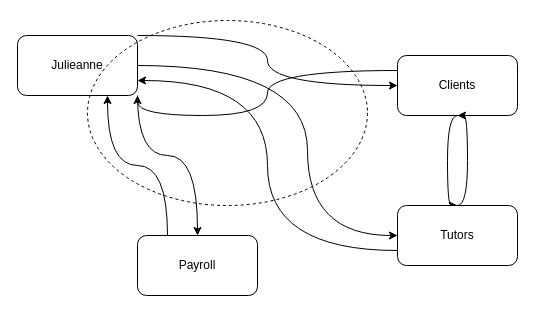
Read-Jake/Read-Jake keeps this draw.io diagram as Stakeholder map.drawio. Above is the earlier version. Source tidied: cells renumbered, new cells numbered last; positions are measured from the earlier drawing's top-left corner, leaving out a move shared by most shapes. Both pictures are drawn from the tidied source at 100%, with x=0, y=0 at pixel (17, 20).
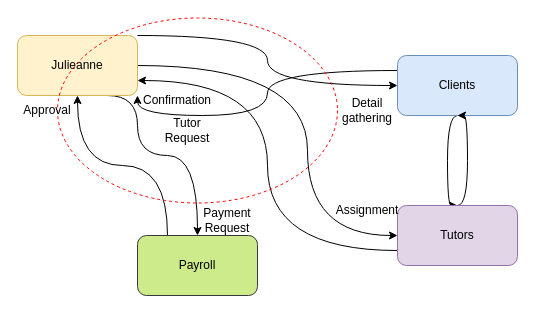
Above is the later version.

The edit, as a diff of the source:
```diff
@@
-    <mxCell id="3" style="edgeStyle=orthogonalEdgeStyle;rounded=0;jettySize=auto;html=1;exitX=1;exitY=1;exitDx=0;exitDy=0;entryX=0.5;entryY=0;entryDx=0;entryDy=0;curved=1;" parent="1" edge="1" source="5" target="13">
+    <mxCell id="3" style="edgeStyle=orthogonalEdgeStyle;rounded=0;jettySize=auto;html=1;exitX=0.75;exitY=1;exitDx=0;exitDy=0;entryX=0.5;entryY=0;entryDx=0;entryDy=0;curved=1;" parent="1" edge="1" source="5" target="13">
       <mxGeometry relative="1" as="geometry">
         <Array as="points">
+          <mxPoint x="120" y="75" />
           <mxPoint x="120" y="135" />
           <mxPoint x="180" y="135" />
         </Array>
       </mxGeometry>
     </mxCell>
@@
-    <mxCell id="5" value="Julieanne" style="rounded=1;whiteSpace=wrap;html=1;" parent="1" vertex="1">
+    <mxCell id="5" value="Julieanne" style="rounded=1;whiteSpace=wrap;html=1;fillColor=#fff2cc;strokeColor=#d6b656;" parent="1" vertex="1">
       <mxGeometry y="15" width="120" height="60" as="geometry" />
     </mxCell>
@@
-    <mxCell id="8" value="Clients" style="rounded=1;whiteSpace=wrap;html=1;" parent="1" vertex="1">
+    <mxCell id="8" value="Clients" style="rounded=1;whiteSpace=wrap;html=1;fillColor=#dae8fc;strokeColor=#6c8ebf;" parent="1" vertex="1">
       <mxGeometry x="380" y="35" width="120" height="60" as="geometry" />
     </mxCell>
@@
-    <mxCell id="11" value="Tutors" style="rounded=1;whiteSpace=wrap;html=1;" parent="1" vertex="1">
+    <mxCell id="11" value="Tutors" style="rounded=1;whiteSpace=wrap;html=1;fillColor=#e1d5e7;strokeColor=#9673a6;" parent="1" vertex="1">
       <mxGeometry x="380" y="185" width="120" height="60" as="geometry" />
     </mxCell>
-    <mxCell id="12" style="edgeStyle=orthogonalEdgeStyle;curved=1;rounded=0;jettySize=auto;html=1;exitX=0.25;exitY=0;exitDx=0;exitDy=0;entryX=0.75;entryY=1;entryDx=0;entryDy=0;" parent="1" edge="1" source="13" target="5">
+    <mxCell id="12" style="edgeStyle=orthogonalEdgeStyle;curved=1;rounded=0;jettySize=auto;html=1;exitX=0.25;exitY=0;exitDx=0;exitDy=0;entryX=0.5;entryY=1;entryDx=0;entryDy=0;" parent="1" edge="1" source="13" target="5">
       <mxGeometry relative="1" as="geometry" />
     </mxCell>
-    <mxCell id="13" value="Payroll" style="rounded=1;whiteSpace=wrap;html=1;" parent="1" vertex="1">
+    <mxCell id="13" value="Payroll" style="rounded=1;whiteSpace=wrap;html=1;fillColor=#cdeb8b;strokeColor=#36393d;" parent="1" vertex="1">
       <mxGeometry x="120" y="215" width="120" height="60" as="geometry" />
     </mxCell>
-    <mxCell id="14" style="ellipse;whiteSpace=wrap;html=1;dashed=1;shadow=0;fillColor=none;" parent="1" vertex="1">
-      <mxGeometry x="70" width="280" height="185" as="geometry" />
+    <mxCell id="14" style="ellipse;whiteSpace=wrap;html=1;dashed=1;shadow=0;fillColor=none;strokeColor=#FF0000;" parent="1" vertex="1">
+      <mxGeometry x="40" y="-2.5" width="280" height="185" as="geometry" />
     </mxCell>
+    <mxCell id="15" value="Approval" style="text;html=1;strokeColor=none;fillColor=none;align=center;verticalAlign=middle;whiteSpace=wrap;rounded=0;shadow=0;dashed=1;" parent="1" vertex="1">
+      <mxGeometry y="75" width="60" height="30" as="geometry" />
+    </mxCell>
+    <mxCell id="16" value="Payment Request" style="text;html=1;strokeColor=none;fillColor=none;align=center;verticalAlign=middle;whiteSpace=wrap;rounded=0;shadow=0;dashed=1;" parent="1" vertex="1">
+      <mxGeometry x="180" y="185" width="60" height="30" as="geometry" />
+    </mxCell>
+    <mxCell id="17" value="Detail gathering" style="text;html=1;strokeColor=none;fillColor=none;align=center;verticalAlign=middle;whiteSpace=wrap;rounded=0;shadow=0;dashed=1;" parent="1" vertex="1">
+      <mxGeometry x="320" y="75" width="60" height="30" as="geometry" />
+    </mxCell>
+    <mxCell id="18" value="Assignment" style="text;html=1;strokeColor=none;fillColor=none;align=center;verticalAlign=middle;whiteSpace=wrap;rounded=0;shadow=0;dashed=1;" parent="1" vertex="1">
+      <mxGeometry x="320" y="175" width="60" height="30" as="geometry" />
+    </mxCell>
+    <mxCell id="19" value="Confirmation" style="text;html=1;strokeColor=none;fillColor=none;align=center;verticalAlign=middle;whiteSpace=wrap;rounded=0;shadow=0;dashed=1;" parent="1" vertex="1">
+      <mxGeometry x="130" y="65" width="60" height="30" as="geometry" />
+    </mxCell>
+    <mxCell id="20" value="Tutor Request" style="text;html=1;strokeColor=none;fillColor=none;align=center;verticalAlign=middle;whiteSpace=wrap;rounded=0;shadow=0;dashed=1;" parent="1" vertex="1">
+      <mxGeometry x="140" y="95" width="60" height="30" as="geometry" />
+    </mxCell>
```
